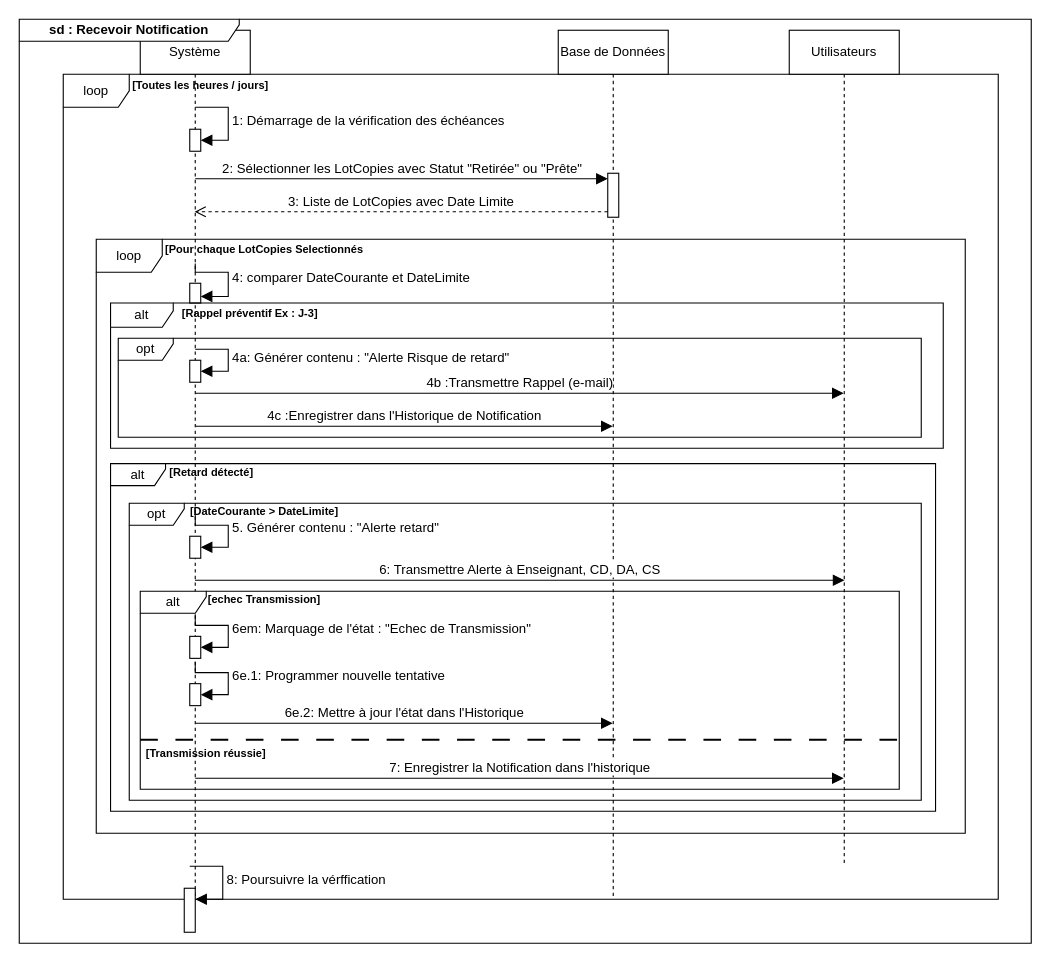
This is page "Dia_Seq_Recev_Notif" (7 of 8) of dia_actvities /act_connexion.drawio from Toussaint-ILBOUDO/Les-diagrammes-de-Gestions-de-copies, a draw.io file, before an edit. Source tidied: cells renumbered, new cells numbered last; positions are measured from the earlier drawing's top-left corner, leaving out a move shared by most shapes. Both pictures are drawn from the tidied source at 110%, with x=0, y=0 at pixel (19, 19).
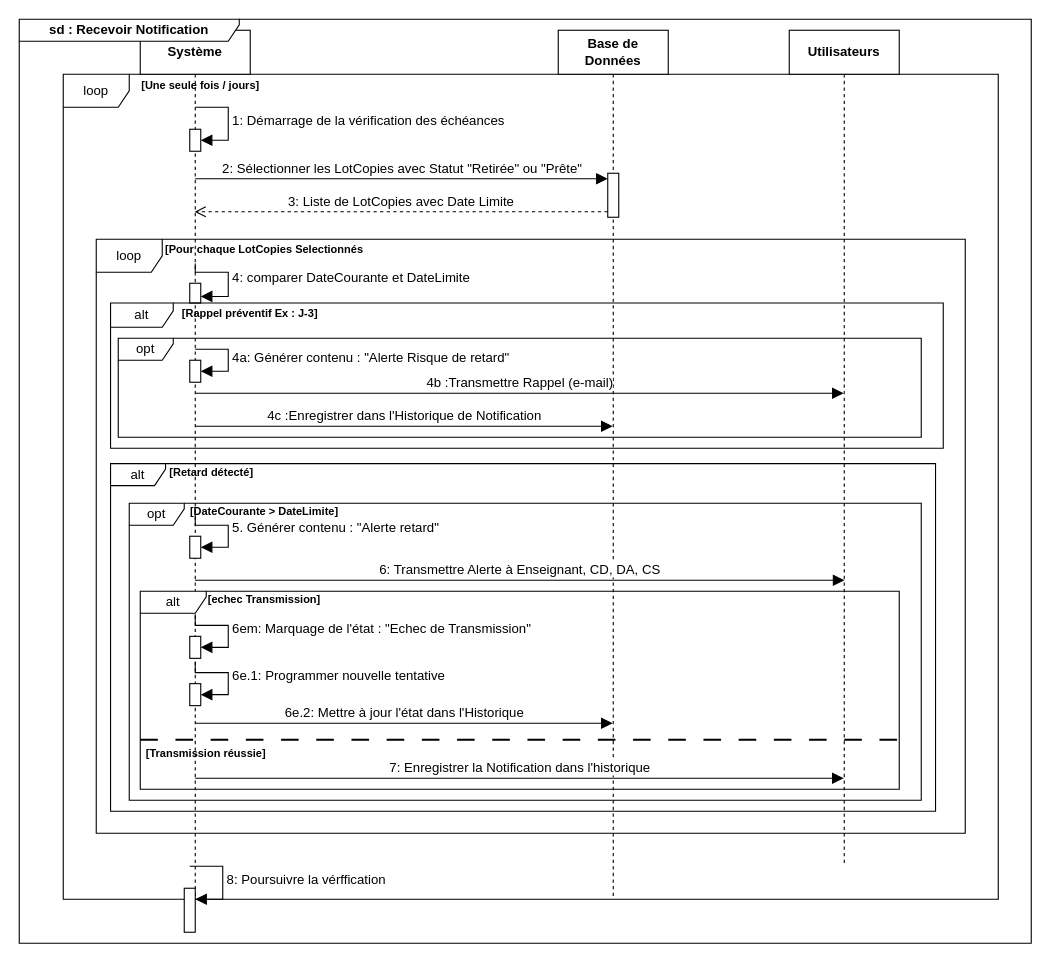
After the change.

Diff of the diagram source:
```diff
@@
-    <mxCell id="3" value="&lt;b&gt;&lt;font style=&quot;font-size: 10px;&quot;&gt;[Toutes les heures / jours]&lt;/font&gt;&lt;/b&gt;" style="text;html=1;whiteSpace=wrap;strokeColor=none;fillColor=none;align=center;verticalAlign=middle;rounded=0;fontSize=16;" parent="1" vertex="1">
+    <mxCell id="3" value="&lt;b&gt;&lt;font style=&quot;font-size: 10px;&quot;&gt;[Une seule fois / jours]&lt;/font&gt;&lt;/b&gt;" style="text;html=1;whiteSpace=wrap;strokeColor=none;fillColor=none;align=center;verticalAlign=middle;rounded=0;fontSize=16;" parent="1" vertex="1">
       <mxGeometry x="70" y="43" width="190" height="30" as="geometry" />
     </mxCell>
-    <mxCell id="4" value="Système" style="shape=umlLifeline;perimeter=lifelinePerimeter;whiteSpace=wrap;html=1;outlineConnect=0;portConstraint=eastwest;newEdgeStyle={&quot;curved&quot;:0,&quot;rounded&quot;:0};" parent="1" vertex="1">
+    <mxCell id="4" value="&lt;b&gt;Système&lt;/b&gt;" style="shape=umlLifeline;perimeter=lifelinePerimeter;whiteSpace=wrap;html=1;outlineConnect=0;portConstraint=eastwest;newEdgeStyle={&quot;curved&quot;:0,&quot;rounded&quot;:0};" parent="1" vertex="1">
       <mxGeometry x="110" y="10" width="100" height="790" as="geometry" />
     </mxCell>
@@
-    <mxCell id="10" value="Base de Données" style="shape=umlLifeline;perimeter=lifelinePerimeter;whiteSpace=wrap;html=1;outlineConnect=0;portConstraint=eastwest;newEdgeStyle={&quot;curved&quot;:0,&quot;rounded&quot;:0};" parent="1" vertex="1">
+    <mxCell id="10" value="&lt;b&gt;Base de Données&lt;/b&gt;" style="shape=umlLifeline;perimeter=lifelinePerimeter;whiteSpace=wrap;html=1;outlineConnect=0;portConstraint=eastwest;newEdgeStyle={&quot;curved&quot;:0,&quot;rounded&quot;:0};" parent="1" vertex="1">
       <mxGeometry x="490" y="10" width="100" height="790" as="geometry" />
     </mxCell>
@@
-    <mxCell id="12" value="Utilisateurs" style="shape=umlLifeline;perimeter=lifelinePerimeter;whiteSpace=wrap;html=1;outlineConnect=0;portConstraint=eastwest;newEdgeStyle={&quot;curved&quot;:0,&quot;rounded&quot;:0};" parent="1" vertex="1">
+    <mxCell id="12" value="&lt;b&gt;Utilisateurs&lt;/b&gt;" style="shape=umlLifeline;perimeter=lifelinePerimeter;whiteSpace=wrap;html=1;outlineConnect=0;portConstraint=eastwest;newEdgeStyle={&quot;curved&quot;:0,&quot;rounded&quot;:0};" parent="1" vertex="1">
       <mxGeometry x="700" y="10" width="100" height="760" as="geometry" />
     </mxCell>
```
